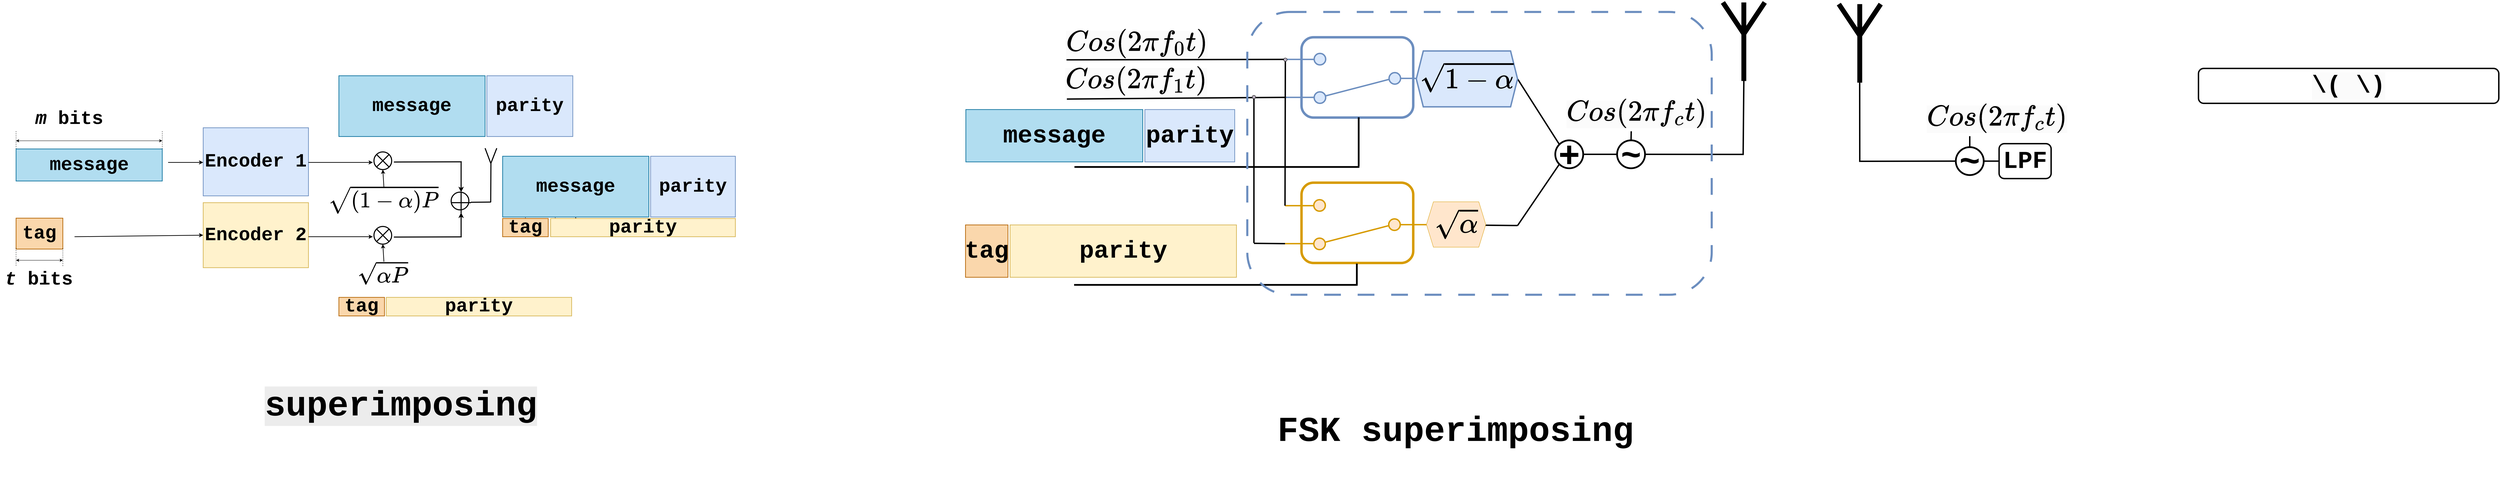
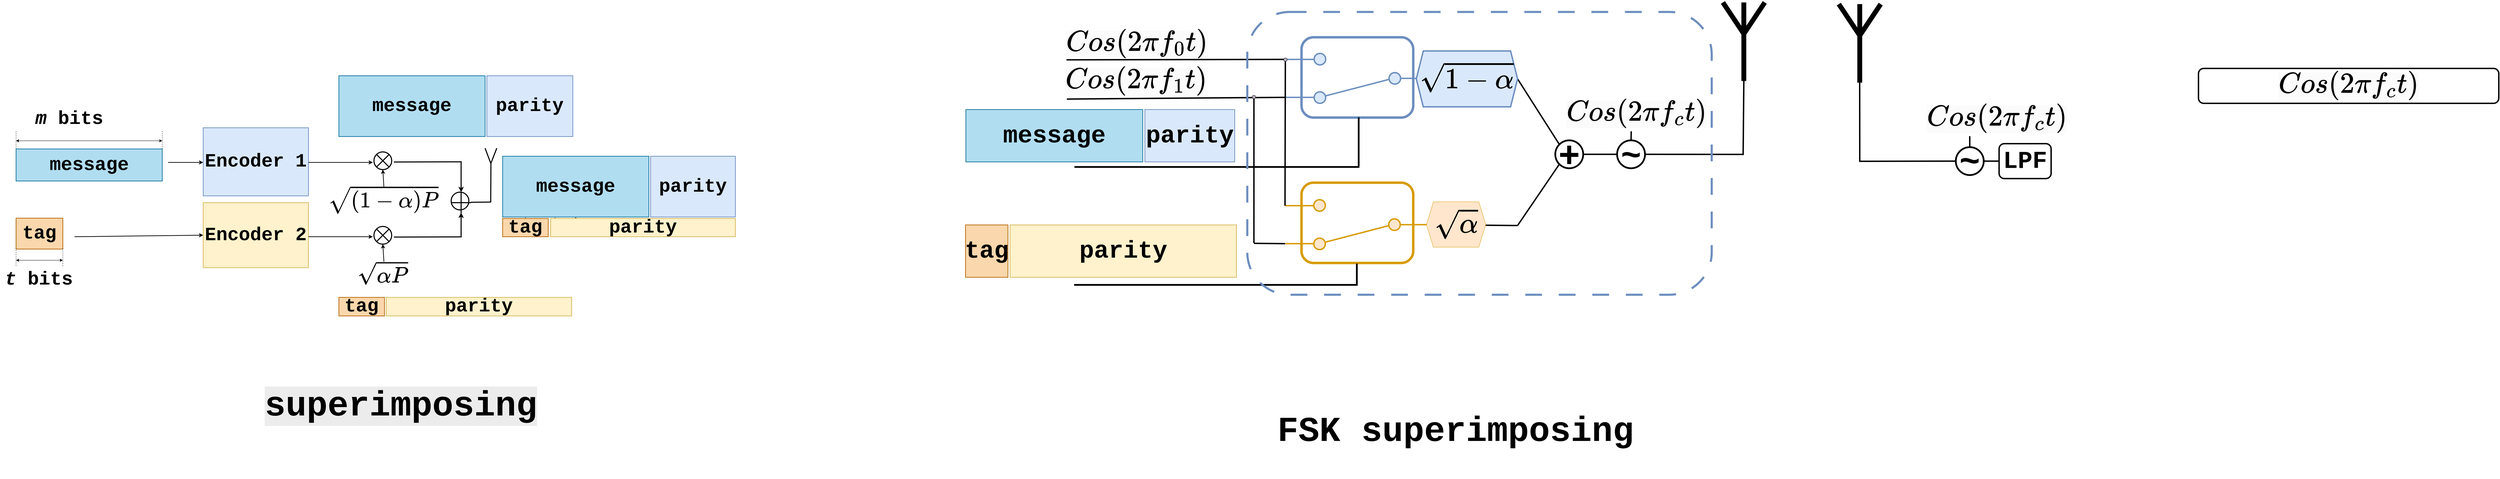
<mxfile host="app.diagrams.net" agent="Mozilla/5.0 (Macintosh; Intel Mac OS X 10_15_7) AppleWebKit/537.36 (KHTML, like Gecko) Chrome/138.0.0.0 Safari/537.36" version="28.0.7">
  <diagram name="Page-1" id="zZisbITU7JR-SXLs0ea7">
    <mxGraphModel dx="4040" dy="1790" grid="1" gridSize="10" guides="1" tooltips="1" connect="1" arrows="1" fold="1" page="1" pageScale="1" pageWidth="850" pageHeight="1100" math="1" shadow="0">
      <root>
        <mxCell id="0" />
        <mxCell id="1" parent="0" />
        <mxCell id="ryAXbrM_V8AHazh6317a-104" value="" style="html=1;shape=mxgraph.electrical.electro-mechanical.twoWaySwitch;aspect=fixed;elSwitchState=2;rotation=-180;strokeWidth=4;fontSize=70;fontStyle=1;fontFamily=Courier New;fillColor=#dae8fc;strokeColor=#6c8ebf;" vertex="1" parent="1">
          <mxGeometry x="3495" y="966" width="412.5" height="143" as="geometry" />
        </mxCell>
        <mxCell id="ryAXbrM_V8AHazh6317a-105" value="&lt;span style=&quot;color: rgb(0, 0, 0); font-style: normal; font-variant-ligatures: normal; font-variant-caps: normal; letter-spacing: normal; orphans: 2; text-align: center; text-indent: 0px; text-transform: none; widows: 2; word-spacing: 0px; -webkit-text-stroke-width: 0px; white-space: normal; background-color: rgb(251, 251, 251); text-decoration-thickness: initial; text-decoration-style: initial; text-decoration-color: initial; float: none; display: inline !important;&quot;&gt;&lt;font&gt;\( Cos(2\pi f_0 t) \)&lt;/font&gt;&lt;/span&gt;" style="text;whiteSpace=wrap;html=1;fontSize=70;fontStyle=1;fontFamily=Courier New;" vertex="1" parent="1">
          <mxGeometry x="2865" y="889" width="250" height="100" as="geometry" />
        </mxCell>
        <mxCell id="ryAXbrM_V8AHazh6317a-106" value="&lt;span style=&quot;color: rgb(0, 0, 0); font-style: normal; font-variant-ligatures: normal; font-variant-caps: normal; letter-spacing: normal; orphans: 2; text-align: center; text-indent: 0px; text-transform: none; widows: 2; word-spacing: 0px; -webkit-text-stroke-width: 0px; white-space: normal; background-color: rgb(251, 251, 251); text-decoration-thickness: initial; text-decoration-style: initial; text-decoration-color: initial; float: none; display: inline !important;&quot;&gt;&lt;font&gt;\( Cos(2\pi f_1 t) \)&lt;/font&gt;&lt;/span&gt;" style="text;whiteSpace=wrap;html=1;fontSize=70;fontStyle=1;fontFamily=Courier New;" vertex="1" parent="1">
          <mxGeometry x="2863" y="996" width="250" height="100" as="geometry" />
        </mxCell>
        <mxCell id="ryAXbrM_V8AHazh6317a-107" value="" style="rounded=1;whiteSpace=wrap;html=1;fillColor=none;strokeWidth=7;fontSize=70;fontStyle=1;fontFamily=Courier New;strokeColor=#6c8ebf;" vertex="1" parent="1">
          <mxGeometry x="3541.25" y="919.75" width="320" height="230" as="geometry" />
        </mxCell>
        <mxCell id="ryAXbrM_V8AHazh6317a-108" value="" style="html=1;shape=mxgraph.electrical.electro-mechanical.twoWaySwitch;aspect=fixed;elSwitchState=2;rotation=-180;strokeWidth=4;fontSize=70;fontStyle=1;fontFamily=Courier New;fillColor=#ffe6cc;strokeColor=#d79b00;" vertex="1" parent="1">
          <mxGeometry x="3494" y="1385" width="412.5" height="143" as="geometry" />
        </mxCell>
        <mxCell id="ryAXbrM_V8AHazh6317a-109" value="" style="rounded=1;whiteSpace=wrap;html=1;fillColor=none;strokeWidth=7;fontSize=70;fontStyle=1;fontFamily=Courier New;strokeColor=#d79b00;" vertex="1" parent="1">
          <mxGeometry x="3541.25" y="1336.25" width="320" height="230" as="geometry" />
        </mxCell>
        <mxCell id="ryAXbrM_V8AHazh6317a-110" value="" style="endArrow=none;html=1;rounded=0;entryX=1;entryY=0.88;entryDx=0;entryDy=0;strokeWidth=4;fontSize=70;fontStyle=1;exitX=0.013;exitY=0.954;exitDx=0;exitDy=0;exitPerimeter=0;fontFamily=Courier New;" edge="1" parent="1" source="ryAXbrM_V8AHazh6317a-105" target="ryAXbrM_V8AHazh6317a-104">
          <mxGeometry width="50" height="50" relative="1" as="geometry">
            <mxPoint x="3260" y="983" as="sourcePoint" />
            <mxPoint x="3460" y="1002.5" as="targetPoint" />
          </mxGeometry>
        </mxCell>
        <mxCell id="ryAXbrM_V8AHazh6317a-111" value="" style="endArrow=none;html=1;rounded=0;entryX=1;entryY=0.12;entryDx=0;entryDy=0;strokeWidth=4;fontSize=70;fontStyle=1;exitX=0.025;exitY=1.007;exitDx=0;exitDy=0;exitPerimeter=0;fontFamily=Courier New;" edge="1" parent="1" source="ryAXbrM_V8AHazh6317a-106" target="ryAXbrM_V8AHazh6317a-104">
          <mxGeometry width="50" height="50" relative="1" as="geometry">
            <mxPoint x="3260" y="1092" as="sourcePoint" />
            <mxPoint x="3495" y="1098.44" as="targetPoint" />
          </mxGeometry>
        </mxCell>
        <mxCell id="ryAXbrM_V8AHazh6317a-112" value="" style="endArrow=none;html=1;rounded=0;entryX=1;entryY=0.88;entryDx=0;entryDy=0;strokeWidth=4;exitX=1;exitY=0.88;exitDx=0;exitDy=0;fontSize=70;fontStyle=1;fontFamily=Courier New;" edge="1" parent="1" source="ryAXbrM_V8AHazh6317a-108" target="ryAXbrM_V8AHazh6317a-104">
          <mxGeometry width="50" height="50" relative="1" as="geometry">
            <mxPoint x="3465" y="1439" as="sourcePoint" />
            <mxPoint x="3605" y="1049" as="targetPoint" />
          </mxGeometry>
        </mxCell>
        <mxCell id="ryAXbrM_V8AHazh6317a-113" value="" style="endArrow=none;html=1;rounded=0;entryX=1;entryY=0.88;entryDx=0;entryDy=0;strokeWidth=4;fontSize=70;fontStyle=1;fontFamily=Courier New;" edge="1" parent="1">
          <mxGeometry width="50" height="50" relative="1" as="geometry">
            <mxPoint x="3405" y="1509" as="sourcePoint" />
            <mxPoint x="3405" y="1089" as="targetPoint" />
          </mxGeometry>
        </mxCell>
        <mxCell id="ryAXbrM_V8AHazh6317a-114" value="" style="endArrow=none;html=1;rounded=0;entryX=1;entryY=0.12;entryDx=0;entryDy=0;strokeWidth=4;fontSize=70;fontStyle=1;fontFamily=Courier New;" edge="1" parent="1" target="ryAXbrM_V8AHazh6317a-108">
          <mxGeometry width="50" height="50" relative="1" as="geometry">
            <mxPoint x="3405" y="1510" as="sourcePoint" />
            <mxPoint x="3575" y="1450" as="targetPoint" />
          </mxGeometry>
        </mxCell>
        <mxCell id="ryAXbrM_V8AHazh6317a-115" value="" style="ellipse;whiteSpace=wrap;html=1;aspect=fixed;fillColor=#B8AEBD;fontSize=70;fontStyle=1;fontFamily=Courier New;" vertex="1" parent="1">
          <mxGeometry x="3490" y="979" width="10" height="10" as="geometry" />
        </mxCell>
        <mxCell id="ryAXbrM_V8AHazh6317a-116" value="" style="ellipse;whiteSpace=wrap;html=1;aspect=fixed;fillColor=#B8AEBD;fontSize=70;fontStyle=1;fontFamily=Courier New;" vertex="1" parent="1">
          <mxGeometry x="3400" y="1086" width="10" height="10" as="geometry" />
        </mxCell>
        <mxCell id="ryAXbrM_V8AHazh6317a-117" value="" style="endArrow=none;html=1;rounded=0;strokeWidth=5;fontSize=70;fontStyle=1;fontFamily=Courier New;" edge="1" parent="1">
          <mxGeometry width="50" height="50" relative="1" as="geometry">
            <mxPoint x="3705" y="1289" as="sourcePoint" />
            <mxPoint x="3705" y="1149" as="targetPoint" />
          </mxGeometry>
        </mxCell>
        <mxCell id="ryAXbrM_V8AHazh6317a-118" value="" style="endArrow=none;html=1;rounded=0;exitX=0;exitY=0.5;exitDx=0;exitDy=0;strokeWidth=4;fontSize=70;fontStyle=1;fontFamily=Courier New;" edge="1" parent="1">
          <mxGeometry width="50" height="50" relative="1" as="geometry">
            <mxPoint x="3907.5" y="1037.5" as="sourcePoint" />
            <mxPoint x="4160" y="1039" as="targetPoint" />
          </mxGeometry>
        </mxCell>
        <mxCell id="ryAXbrM_V8AHazh6317a-119" value="" style="endArrow=none;html=1;rounded=0;exitX=0;exitY=0.5;exitDx=0;exitDy=0;strokeWidth=4;fontSize=70;fontStyle=1;fontFamily=Courier New;" edge="1" parent="1" source="ryAXbrM_V8AHazh6317a-108">
          <mxGeometry width="50" height="50" relative="1" as="geometry">
            <mxPoint x="3907.5" y="1456.05" as="sourcePoint" />
            <mxPoint x="4160" y="1459" as="targetPoint" />
          </mxGeometry>
        </mxCell>
        <mxCell id="ryAXbrM_V8AHazh6317a-120" value="" style="group;fontSize=70;fontStyle=1;fontFamily=Courier New;" vertex="1" connectable="0" parent="1">
          <mxGeometry x="4268" y="1215" width="80" height="80" as="geometry" />
        </mxCell>
        <mxCell id="ryAXbrM_V8AHazh6317a-121" value="" style="ellipse;whiteSpace=wrap;html=1;aspect=fixed;strokeWidth=5;fontSize=70;fontStyle=1;fontFamily=Courier New;" vertex="1" parent="ryAXbrM_V8AHazh6317a-120">
          <mxGeometry width="80" height="80" as="geometry" />
        </mxCell>
        <mxCell id="ryAXbrM_V8AHazh6317a-122" value="&lt;font style=&quot;font-size: 104px;&quot;&gt;+&lt;/font&gt;" style="text;html=1;align=center;verticalAlign=middle;whiteSpace=wrap;rounded=0;fontSize=70;fontStyle=1;fontFamily=Courier New;" vertex="1" parent="ryAXbrM_V8AHazh6317a-120">
          <mxGeometry x="10" y="25" width="60" height="45" as="geometry" />
        </mxCell>
        <mxCell id="ryAXbrM_V8AHazh6317a-123" value="" style="endArrow=none;html=1;rounded=0;exitX=0;exitY=0;exitDx=0;exitDy=0;strokeWidth=4;fontSize=70;fontStyle=1;fontFamily=Courier New;" edge="1" parent="1" source="ryAXbrM_V8AHazh6317a-121">
          <mxGeometry width="50" height="50" relative="1" as="geometry">
            <mxPoint x="4406" y="1229" as="sourcePoint" />
            <mxPoint x="4160" y="1039" as="targetPoint" />
          </mxGeometry>
        </mxCell>
        <mxCell id="ryAXbrM_V8AHazh6317a-124" value="" style="endArrow=none;html=1;rounded=0;entryX=0;entryY=1;entryDx=0;entryDy=0;strokeWidth=4;fontSize=70;fontStyle=1;fontFamily=Courier New;" edge="1" parent="1" target="ryAXbrM_V8AHazh6317a-121">
          <mxGeometry width="50" height="50" relative="1" as="geometry">
            <mxPoint x="4160" y="1459" as="sourcePoint" />
            <mxPoint x="4276" y="1319" as="targetPoint" />
          </mxGeometry>
        </mxCell>
        <mxCell id="ryAXbrM_V8AHazh6317a-125" value="&lt;span&gt;\( \sqrt{1- \alpha} \)&lt;/span&gt;" style="shape=hexagon;perimeter=hexagonPerimeter2;whiteSpace=wrap;html=1;fixedSize=1;fontSize=70;fontStyle=1;fontFamily=Courier New;strokeWidth=4;fillColor=#dae8fc;strokeColor=#6c8ebf;" vertex="1" parent="1">
          <mxGeometry x="3870" y="959" width="290" height="160" as="geometry" />
        </mxCell>
        <mxCell id="ryAXbrM_V8AHazh6317a-126" value="&lt;span&gt;\( \sqrt{\alpha} \)&lt;/span&gt;" style="shape=hexagon;perimeter=hexagonPerimeter2;whiteSpace=wrap;html=1;fixedSize=1;fontSize=70;fontStyle=1;fontFamily=Courier New;fillColor=#ffe6cc;strokeColor=#d79b00;" vertex="1" parent="1">
          <mxGeometry x="3899" y="1391" width="170" height="130" as="geometry" />
        </mxCell>
        <mxCell id="ryAXbrM_V8AHazh6317a-127" value="" style="endArrow=none;html=1;rounded=0;strokeWidth=4;fontSize=70;fontStyle=1;exitX=1;exitY=0.5;exitDx=0;exitDy=0;entryX=0;entryY=0.5;entryDx=0;entryDy=0;fontFamily=Courier New;" edge="1" parent="1" source="ryAXbrM_V8AHazh6317a-121" target="ryAXbrM_V8AHazh6317a-130">
          <mxGeometry width="50" height="50" relative="1" as="geometry">
            <mxPoint x="4243" y="1255" as="sourcePoint" />
            <mxPoint x="4392" y="1255" as="targetPoint" />
          </mxGeometry>
        </mxCell>
        <mxCell id="ryAXbrM_V8AHazh6317a-128" value="" style="endArrow=none;html=1;rounded=0;strokeWidth=5;fontSize=70;fontStyle=1;fontFamily=Courier New;" edge="1" parent="1">
          <mxGeometry width="50" height="50" relative="1" as="geometry">
            <mxPoint x="3699.7200000000003" y="1628" as="sourcePoint" />
            <mxPoint x="3699.7200000000003" y="1568" as="targetPoint" />
          </mxGeometry>
        </mxCell>
        <mxCell id="ryAXbrM_V8AHazh6317a-129" value="" style="group;fontSize=70;fontStyle=1;fontFamily=Courier New;" vertex="1" connectable="0" parent="1">
          <mxGeometry x="4445" y="1215" width="80" height="80" as="geometry" />
        </mxCell>
        <mxCell id="ryAXbrM_V8AHazh6317a-130" value="" style="ellipse;whiteSpace=wrap;html=1;aspect=fixed;strokeWidth=5;fontSize=70;fontStyle=1;fontFamily=Courier New;" vertex="1" parent="ryAXbrM_V8AHazh6317a-129">
          <mxGeometry width="80" height="80" as="geometry" />
        </mxCell>
        <mxCell id="ryAXbrM_V8AHazh6317a-131" value="&lt;font style=&quot;font-size: 98px;&quot;&gt;~&lt;/font&gt;" style="text;html=1;align=center;verticalAlign=middle;whiteSpace=wrap;rounded=0;fontSize=70;fontStyle=1;fontFamily=Courier New;" vertex="1" parent="ryAXbrM_V8AHazh6317a-129">
          <mxGeometry x="10" y="29" width="60" height="35" as="geometry" />
        </mxCell>
        <mxCell id="ryAXbrM_V8AHazh6317a-132" value="&lt;span style=&quot;color: rgb(0, 0, 0); font-style: normal; font-variant-ligatures: normal; font-variant-caps: normal; letter-spacing: normal; orphans: 2; text-align: center; text-indent: 0px; text-transform: none; widows: 2; word-spacing: 0px; -webkit-text-stroke-width: 0px; white-space: normal; background-color: rgb(251, 251, 251); text-decoration-thickness: initial; text-decoration-style: initial; text-decoration-color: initial; float: none; display: inline !important;&quot;&gt;&lt;font&gt;\( Cos(2\pi f_c t) \)&lt;/font&gt;&lt;/span&gt;" style="text;whiteSpace=wrap;html=1;fontSize=70;fontStyle=1;fontFamily=Courier New;" vertex="1" parent="1">
          <mxGeometry x="4298" y="1089" width="250" height="100" as="geometry" />
        </mxCell>
        <mxCell id="ryAXbrM_V8AHazh6317a-133" value="" style="endArrow=none;html=1;rounded=0;exitX=0.5;exitY=0;exitDx=0;exitDy=0;entryX=0.75;entryY=1;entryDx=0;entryDy=0;strokeWidth=4;fontSize=70;fontStyle=1;fontFamily=Courier New;" edge="1" parent="1" source="ryAXbrM_V8AHazh6317a-130" target="ryAXbrM_V8AHazh6317a-132">
          <mxGeometry width="50" height="50" relative="1" as="geometry">
            <mxPoint x="3905" y="1475" as="sourcePoint" />
            <mxPoint x="3955" y="1425" as="targetPoint" />
          </mxGeometry>
        </mxCell>
        <mxCell id="ryAXbrM_V8AHazh6317a-134" value="" style="endArrow=none;html=1;rounded=0;strokeWidth=4;fontSize=70;fontStyle=1;exitX=1;exitY=0.5;exitDx=0;exitDy=0;entryX=0.5;entryY=1;entryDx=0;entryDy=0;entryPerimeter=0;fontFamily=Courier New;" edge="1" parent="1" source="ryAXbrM_V8AHazh6317a-130" target="ryAXbrM_V8AHazh6317a-137">
          <mxGeometry width="50" height="50" relative="1" as="geometry">
            <mxPoint x="4522.919999999999" y="1252.6" as="sourcePoint" />
            <mxPoint x="4582.199999999999" y="1254.25" as="targetPoint" />
            <Array as="points">
              <mxPoint x="4806" y="1255.25" />
            </Array>
          </mxGeometry>
        </mxCell>
        <mxCell id="ryAXbrM_V8AHazh6317a-135" value="" style="endArrow=none;html=1;rounded=0;strokeWidth=5;fontSize=50;fontFamily=Courier New;" edge="1" parent="1">
          <mxGeometry width="50" height="50" relative="1" as="geometry">
            <mxPoint x="2891" y="1291.25" as="sourcePoint" />
            <mxPoint x="3707" y="1291.25" as="targetPoint" />
          </mxGeometry>
        </mxCell>
        <mxCell id="ryAXbrM_V8AHazh6317a-136" value="" style="endArrow=none;html=1;rounded=0;strokeWidth=5;fontSize=50;fontFamily=Courier New;" edge="1" parent="1">
          <mxGeometry width="50" height="50" relative="1" as="geometry">
            <mxPoint x="2890" y="1629" as="sourcePoint" />
            <mxPoint x="3702" y="1629" as="targetPoint" />
          </mxGeometry>
        </mxCell>
        <mxCell id="ryAXbrM_V8AHazh6317a-137" value="" style="verticalLabelPosition=bottom;shadow=0;dashed=0;align=center;html=1;verticalAlign=top;shape=mxgraph.electrical.radio.aerial_-_antenna_1;strokeWidth=14;fontSize=50;fontFamily=Courier New;" vertex="1" parent="1">
          <mxGeometry x="4748" y="820" width="120" height="225" as="geometry" />
        </mxCell>
        <mxCell id="ryAXbrM_V8AHazh6317a-138" value="&lt;font style=&quot;font-size: 100px;&quot;&gt;FSK superimposing&amp;nbsp;&lt;/font&gt;" style="text;html=1;align=center;verticalAlign=middle;whiteSpace=wrap;rounded=0;fontFamily=Courier New;fontStyle=1" vertex="1" parent="1">
          <mxGeometry x="3424" y="1914.37" width="1177" height="269.25" as="geometry" />
        </mxCell>
        <mxCell id="ryAXbrM_V8AHazh6317a-139" value="" style="group;fontSize=70;" vertex="1" connectable="0" parent="1">
          <mxGeometry x="2580" y="1126.75" width="770" height="154.07" as="geometry" />
        </mxCell>
        <mxCell id="ryAXbrM_V8AHazh6317a-140" value="" style="group" vertex="1" connectable="0" parent="ryAXbrM_V8AHazh6317a-139">
          <mxGeometry width="770" height="150" as="geometry" />
        </mxCell>
        <mxCell id="ryAXbrM_V8AHazh6317a-141" value="message" style="rounded=0;whiteSpace=wrap;html=1;fontFamily=Courier New;fontSize=70;strokeWidth=2;fontStyle=1;fillColor=#b1ddf0;strokeColor=#10739e;" vertex="1" parent="ryAXbrM_V8AHazh6317a-140">
          <mxGeometry width="506.578947368421" height="150" as="geometry" />
        </mxCell>
        <mxCell id="ryAXbrM_V8AHazh6317a-142" value="parity" style="rounded=0;whiteSpace=wrap;html=1;fontFamily=Courier New;fontSize=70;strokeWidth=2;strokeColor=#6c8ebf;fontStyle=1;fillColor=#dae8fc;" vertex="1" parent="ryAXbrM_V8AHazh6317a-140">
          <mxGeometry x="512.6578947368421" width="257.34210526315786" height="150" as="geometry" />
        </mxCell>
        <mxCell id="ryAXbrM_V8AHazh6317a-143" value="" style="group;fontSize=70;" vertex="1" connectable="0" parent="1">
          <mxGeometry x="2585" y="1457.25" width="770" height="150" as="geometry" />
        </mxCell>
        <mxCell id="ryAXbrM_V8AHazh6317a-144" value="&lt;span&gt;tag&lt;/span&gt;" style="rounded=0;whiteSpace=wrap;html=1;fontFamily=Courier New;fontSize=70;fillColor=#fad7ac;strokeColor=#b46504;strokeWidth=2;fontStyle=1;" vertex="1" parent="ryAXbrM_V8AHazh6317a-143">
          <mxGeometry x="-6" width="121.578947368421" height="150" as="geometry" />
        </mxCell>
        <mxCell id="ryAXbrM_V8AHazh6317a-145" value="parity" style="rounded=0;whiteSpace=wrap;html=1;fontFamily=Courier New;fontSize=70;strokeWidth=2;strokeColor=#d6b656;fontStyle=1;fillColor=#fff2cc;" vertex="1" parent="ryAXbrM_V8AHazh6317a-143">
          <mxGeometry x="121.578947368421" width="648.421052631579" height="150" as="geometry" />
        </mxCell>
        <mxCell id="ryAXbrM_V8AHazh6317a-146" value="" style="rounded=1;whiteSpace=wrap;html=1;fillColor=none;dashed=1;dashPattern=8 8;strokeWidth=6;strokeColor=#6c8ebf;fontSize=70;fontFamily=Courier New;" vertex="1" parent="1">
          <mxGeometry x="3386" y="847.25" width="1330" height="810" as="geometry" />
        </mxCell>
        <mxCell id="ryAXbrM_V8AHazh6317a-147" value="" style="group;fontSize=54;" vertex="1" connectable="0" parent="1">
          <mxGeometry x="-140" y="1030" width="2060" height="687.94" as="geometry" />
        </mxCell>
        <mxCell id="ryAXbrM_V8AHazh6317a-53" value="&lt;font&gt;Encoder 1&lt;/font&gt;" style="rounded=0;whiteSpace=wrap;html=1;strokeWidth=2;fontSize=54;fontStyle=1;fontFamily=Courier New;fillColor=#dae8fc;strokeColor=#6c8ebf;" vertex="1" parent="ryAXbrM_V8AHazh6317a-147">
          <mxGeometry x="535.9349593495934" y="148.95849873691805" width="301.4634146341463" height="195.0647007269165" as="geometry" />
        </mxCell>
        <mxCell id="ryAXbrM_V8AHazh6317a-54" value="&lt;font&gt;Encoder 2&lt;/font&gt;" style="rounded=0;whiteSpace=wrap;html=1;fontSize=54;fontStyle=1;strokeWidth=2;fontFamily=Courier New;fillColor=#fff2cc;strokeColor=#d6b656;" vertex="1" parent="ryAXbrM_V8AHazh6317a-147">
          <mxGeometry x="535.9349593495934" y="363.52966953652617" width="301.4634146341463" height="186.19812342114756" as="geometry" />
        </mxCell>
        <mxCell id="ryAXbrM_V8AHazh6317a-55" value="" style="endArrow=classic;html=1;rounded=0;strokeWidth=2;fontSize=54;fontStyle=1;fontFamily=Courier New;" edge="1" parent="ryAXbrM_V8AHazh6317a-147">
          <mxGeometry width="50" height="50" relative="1" as="geometry">
            <mxPoint x="837.3983739837397" y="248.2641645615301" as="sourcePoint" />
            <mxPoint x="1021.6260162601626" y="248.2641645615301" as="targetPoint" />
          </mxGeometry>
        </mxCell>
        <mxCell id="ryAXbrM_V8AHazh6317a-56" value="" style="ellipse;whiteSpace=wrap;html=1;aspect=fixed;strokeWidth=3;fontSize=54;fontStyle=1;fontFamily=Courier New;" vertex="1" parent="ryAXbrM_V8AHazh6317a-147">
          <mxGeometry x="1024.9756097560976" y="218.11780172191573" width="50.67496471748114" height="50.67496471748114" as="geometry" />
        </mxCell>
        <mxCell id="ryAXbrM_V8AHazh6317a-57" value="" style="endArrow=none;html=1;rounded=0;exitX=0;exitY=1;exitDx=0;exitDy=0;entryX=1;entryY=0;entryDx=0;entryDy=0;strokeWidth=3;fontSize=54;fontStyle=1;fontFamily=Courier New;" edge="1" parent="ryAXbrM_V8AHazh6317a-147" source="ryAXbrM_V8AHazh6317a-56" target="ryAXbrM_V8AHazh6317a-56">
          <mxGeometry width="50" height="50" relative="1" as="geometry">
            <mxPoint x="978.4832520325199" y="319.1967830076816" as="sourcePoint" />
            <mxPoint x="1062.2230894308939" y="230.53100994999224" as="targetPoint" />
          </mxGeometry>
        </mxCell>
        <mxCell id="ryAXbrM_V8AHazh6317a-58" value="" style="endArrow=none;html=1;rounded=0;exitX=1;exitY=1;exitDx=0;exitDy=0;entryX=0;entryY=0;entryDx=0;entryDy=0;strokeWidth=3;fontSize=54;fontStyle=1;fontFamily=Courier New;" edge="1" parent="ryAXbrM_V8AHazh6317a-147" source="ryAXbrM_V8AHazh6317a-56" target="ryAXbrM_V8AHazh6317a-56">
          <mxGeometry width="50" height="50" relative="1" as="geometry">
            <mxPoint x="1050.0975609756097" y="287.2771047069134" as="sourcePoint" />
            <mxPoint x="1090.2926829268292" y="244.71753363922252" as="targetPoint" />
          </mxGeometry>
        </mxCell>
        <mxCell id="ryAXbrM_V8AHazh6317a-59" value="" style="endArrow=classic;html=1;rounded=0;strokeWidth=2;entryX=0.5;entryY=1;entryDx=0;entryDy=0;fontSize=54;fontStyle=1;fontFamily=Courier New;" edge="1" parent="ryAXbrM_V8AHazh6317a-147" target="ryAXbrM_V8AHazh6317a-56">
          <mxGeometry width="50" height="50" relative="1" as="geometry">
            <mxPoint x="1053.4471544715448" y="319.1967830076816" as="sourcePoint" />
            <mxPoint x="1041.7235772357722" y="265.997319173068" as="targetPoint" />
          </mxGeometry>
        </mxCell>
        <mxCell id="ryAXbrM_V8AHazh6317a-60" value="" style="endArrow=classic;html=1;rounded=0;strokeWidth=2;fontSize=54;fontStyle=1;fontFamily=Courier New;" edge="1" parent="ryAXbrM_V8AHazh6317a-147">
          <mxGeometry width="50" height="50" relative="1" as="geometry">
            <mxPoint x="837.3983739837397" y="461.0620198999845" as="sourcePoint" />
            <mxPoint x="1021.6260162601626" y="461.0620198999845" as="targetPoint" />
          </mxGeometry>
        </mxCell>
        <mxCell id="ryAXbrM_V8AHazh6317a-61" value="" style="ellipse;whiteSpace=wrap;html=1;aspect=fixed;strokeWidth=3;fontSize=54;fontStyle=1;fontFamily=Courier New;" vertex="1" parent="ryAXbrM_V8AHazh6317a-147">
          <mxGeometry x="1024.9756097560976" y="431.6249832448316" width="50.67496471748114" height="50.67496471748114" as="geometry" />
        </mxCell>
        <mxCell id="ryAXbrM_V8AHazh6317a-62" value="" style="endArrow=none;html=1;rounded=0;exitX=0;exitY=1;exitDx=0;exitDy=0;entryX=1;entryY=0;entryDx=0;entryDy=0;strokeWidth=3;fontSize=54;fontStyle=1;fontFamily=Courier New;" edge="1" parent="ryAXbrM_V8AHazh6317a-147" source="ryAXbrM_V8AHazh6317a-61" target="ryAXbrM_V8AHazh6317a-61">
          <mxGeometry width="50" height="50" relative="1" as="geometry">
            <mxPoint x="978.4832520325199" y="532.7039645305974" as="sourcePoint" />
            <mxPoint x="1062.2230894308939" y="444.03819147290807" as="targetPoint" />
          </mxGeometry>
        </mxCell>
        <mxCell id="ryAXbrM_V8AHazh6317a-63" value="" style="endArrow=none;html=1;rounded=0;exitX=1;exitY=1;exitDx=0;exitDy=0;entryX=0;entryY=0;entryDx=0;entryDy=0;strokeWidth=3;fontSize=54;fontStyle=1;fontFamily=Courier New;" edge="1" parent="ryAXbrM_V8AHazh6317a-147" source="ryAXbrM_V8AHazh6317a-61" target="ryAXbrM_V8AHazh6317a-61">
          <mxGeometry width="50" height="50" relative="1" as="geometry">
            <mxPoint x="1050.0975609756097" y="500.78428622982926" as="sourcePoint" />
            <mxPoint x="1090.2926829268292" y="458.22471516213835" as="targetPoint" />
          </mxGeometry>
        </mxCell>
        <mxCell id="ryAXbrM_V8AHazh6317a-64" value="" style="endArrow=classic;html=1;rounded=0;strokeWidth=2;entryX=0.5;entryY=1;entryDx=0;entryDy=0;fontSize=54;fontStyle=1;fontFamily=Courier New;" edge="1" parent="ryAXbrM_V8AHazh6317a-147" target="ryAXbrM_V8AHazh6317a-61">
          <mxGeometry width="50" height="50" relative="1" as="geometry">
            <mxPoint x="1053.4471544715448" y="532.7039645305974" as="sourcePoint" />
            <mxPoint x="1041.7235772357722" y="479.50450069598384" as="targetPoint" />
          </mxGeometry>
        </mxCell>
        <mxCell id="ryAXbrM_V8AHazh6317a-65" value="" style="endArrow=none;html=1;rounded=0;strokeWidth=3;endFill=0;fontSize=54;fontStyle=1;fontFamily=Courier New;" edge="1" parent="ryAXbrM_V8AHazh6317a-147">
          <mxGeometry width="50" height="50" relative="1" as="geometry">
            <mxPoint x="1081.9186991869917" y="247.07604320255714" as="sourcePoint" />
            <mxPoint x="1276.1951219512196" y="246.4908491003763" as="targetPoint" />
          </mxGeometry>
        </mxCell>
        <mxCell id="ryAXbrM_V8AHazh6317a-66" value="" style="group;rotation=45;fontSize=54;fontStyle=1;fontFamily=Courier New;" vertex="1" connectable="0" parent="ryAXbrM_V8AHazh6317a-147">
          <mxGeometry x="1246.0487804878048" y="333.38330669691186" width="56.943089430894304" height="60.292725679228745" as="geometry" />
        </mxCell>
        <mxCell id="ryAXbrM_V8AHazh6317a-67" value="" style="ellipse;whiteSpace=wrap;html=1;aspect=fixed;strokeWidth=3;rotation=45;fontSize=54;fontStyle=1;fontFamily=Courier New;" vertex="1" parent="ryAXbrM_V8AHazh6317a-66">
          <mxGeometry width="50.67496471748114" height="50.67496471748114" as="geometry" />
        </mxCell>
        <mxCell id="ryAXbrM_V8AHazh6317a-68" value="" style="endArrow=none;html=1;rounded=0;exitX=0;exitY=1;exitDx=0;exitDy=0;entryX=1;entryY=0;entryDx=0;entryDy=0;strokeWidth=3;fontSize=54;fontStyle=1;fontFamily=Courier New;" edge="1" parent="ryAXbrM_V8AHazh6317a-66">
          <mxGeometry width="50" height="50" relative="1" as="geometry">
            <mxPoint x="-4.512535602637998e-11" y="30.146362839613563" as="sourcePoint" />
            <mxPoint x="56.94308943093829" y="30.146362839613563" as="targetPoint" />
          </mxGeometry>
        </mxCell>
        <mxCell id="ryAXbrM_V8AHazh6317a-69" value="" style="endArrow=none;html=1;rounded=0;exitX=1;exitY=1;exitDx=0;exitDy=0;entryX=0;entryY=0;entryDx=0;entryDy=0;strokeWidth=3;fontSize=54;fontStyle=1;fontFamily=Courier New;" edge="1" parent="ryAXbrM_V8AHazh6317a-66">
          <mxGeometry width="50" height="50" relative="1" as="geometry">
            <mxPoint x="28.4715447154462" y="60.29272567927551" as="sourcePoint" />
            <mxPoint x="28.4715447154462" y="-4.757821998649588e-11" as="targetPoint" />
          </mxGeometry>
        </mxCell>
        <mxCell id="ryAXbrM_V8AHazh6317a-70" value="" style="endArrow=classic;html=1;rounded=0;strokeWidth=3;endFill=1;fontSize=54;fontStyle=1;fontFamily=Courier New;" edge="1" parent="ryAXbrM_V8AHazh6317a-147">
          <mxGeometry width="50" height="50" relative="1" as="geometry">
            <mxPoint x="1274.5203252032518" y="244.71753363922252" as="sourcePoint" />
            <mxPoint x="1274.5203252032518" y="333.38330669691186" as="targetPoint" />
          </mxGeometry>
        </mxCell>
        <mxCell id="ryAXbrM_V8AHazh6317a-71" value="" style="endArrow=none;html=1;rounded=0;strokeWidth=3;endFill=0;startArrow=classic;startFill=1;fontSize=54;fontStyle=1;fontFamily=Courier New;" edge="1" parent="ryAXbrM_V8AHazh6317a-147">
          <mxGeometry width="50" height="50" relative="1" as="geometry">
            <mxPoint x="1274.5203252032518" y="391.9027169149868" as="sourcePoint" />
            <mxPoint x="1274.5203252032518" y="461.0620198999845" as="targetPoint" />
          </mxGeometry>
        </mxCell>
        <mxCell id="ryAXbrM_V8AHazh6317a-72" value="" style="endArrow=none;html=1;rounded=0;strokeWidth=3;endFill=0;fontSize=54;fontStyle=1;fontFamily=Courier New;" edge="1" parent="ryAXbrM_V8AHazh6317a-147">
          <mxGeometry width="50" height="50" relative="1" as="geometry">
            <mxPoint x="1081.9186991869917" y="462.0550765582307" as="sourcePoint" />
            <mxPoint x="1276.1951219512196" y="461.4698824560499" as="targetPoint" />
          </mxGeometry>
        </mxCell>
        <mxCell id="ryAXbrM_V8AHazh6317a-73" value="" style="endArrow=none;html=1;rounded=0;strokeWidth=3;endFill=0;fontSize=54;fontStyle=1;fontFamily=Courier New;" edge="1" parent="ryAXbrM_V8AHazh6317a-147">
          <mxGeometry width="50" height="50" relative="1" as="geometry">
            <mxPoint x="1302.3554471544712" y="362.34154817755325" as="sourcePoint" />
            <mxPoint x="1359.9349593495933" y="361.7563540753724" as="targetPoint" />
          </mxGeometry>
        </mxCell>
        <mxCell id="ryAXbrM_V8AHazh6317a-74" value="" style="endArrow=none;html=1;rounded=0;strokeWidth=3;endFill=0;fontSize=54;fontStyle=1;fontFamily=Courier New;" edge="1" parent="ryAXbrM_V8AHazh6317a-147">
          <mxGeometry width="50" height="50" relative="1" as="geometry">
            <mxPoint x="1359.2985365853656" y="362.1642166314378" as="sourcePoint" />
            <mxPoint x="1359.9349593495933" y="248.2641645615301" as="targetPoint" />
          </mxGeometry>
        </mxCell>
        <mxCell id="ryAXbrM_V8AHazh6317a-75" value="" style="endArrow=none;html=1;rounded=0;strokeWidth=3;endFill=0;fontSize=54;fontStyle=1;fontFamily=Courier New;" edge="1" parent="ryAXbrM_V8AHazh6317a-147">
          <mxGeometry width="50" height="50" relative="1" as="geometry">
            <mxPoint x="1359.9349593495933" y="250.4453425787493" as="sourcePoint" />
            <mxPoint x="1376.6829268292681" y="207.47790895499304" as="targetPoint" />
          </mxGeometry>
        </mxCell>
        <mxCell id="ryAXbrM_V8AHazh6317a-76" value="" style="endArrow=none;html=1;rounded=0;strokeWidth=3;endFill=0;fontSize=54;fontStyle=1;fontFamily=Courier New;" edge="1" parent="ryAXbrM_V8AHazh6317a-147">
          <mxGeometry width="50" height="50" relative="1" as="geometry">
            <mxPoint x="1359.2985365853656" y="250.4453425787493" as="sourcePoint" />
            <mxPoint x="1343.1869918699188" y="207.47790895499304" as="targetPoint" />
          </mxGeometry>
        </mxCell>
        <mxCell id="ryAXbrM_V8AHazh6317a-77" value="" style="endArrow=classic;html=1;rounded=0;strokeWidth=2;fontSize=54;fontStyle=1;fontFamily=Courier New;" edge="1" parent="ryAXbrM_V8AHazh6317a-147">
          <mxGeometry width="50" height="50" relative="1" as="geometry">
            <mxPoint x="435.44715447154465" y="248.2641645615301" as="sourcePoint" />
            <mxPoint x="535.9349593495934" y="248.2641645615301" as="targetPoint" />
          </mxGeometry>
        </mxCell>
        <mxCell id="ryAXbrM_V8AHazh6317a-78" value="" style="endArrow=classic;html=1;rounded=0;strokeWidth=2;fontSize=54;fontStyle=1;entryX=0;entryY=0.5;entryDx=0;entryDy=0;fontFamily=Courier New;" edge="1" parent="ryAXbrM_V8AHazh6317a-147" target="ryAXbrM_V8AHazh6317a-54">
          <mxGeometry width="50" height="50" relative="1" as="geometry">
            <mxPoint x="167.47967479674796" y="461.0620198999845" as="sourcePoint" />
            <mxPoint x="619.6747967479674" y="456.6287312471" as="targetPoint" />
          </mxGeometry>
        </mxCell>
        <mxCell id="ryAXbrM_V8AHazh6317a-80" value="&lt;font&gt;\(\sqrt{\alpha P}\)&lt;/font&gt;" style="text;html=1;align=center;verticalAlign=middle;resizable=0;points=[];autosize=1;strokeColor=none;fillColor=none;fontSize=54;fontStyle=1;fontFamily=Courier New;" vertex="1" parent="ryAXbrM_V8AHazh6317a-147">
          <mxGeometry x="730.3127642276422" y="530.0016084961594" width="640" height="80" as="geometry" />
        </mxCell>
        <mxCell id="ryAXbrM_V8AHazh6317a-81" value="" style="edgeStyle=orthogonalEdgeStyle;rounded=0;orthogonalLoop=1;jettySize=auto;html=1;fontSize=54;" edge="1" parent="ryAXbrM_V8AHazh6317a-147" source="ryAXbrM_V8AHazh6317a-82" target="ryAXbrM_V8AHazh6317a-97">
          <mxGeometry relative="1" as="geometry" />
        </mxCell>
        <mxCell id="ryAXbrM_V8AHazh6317a-82" value="&lt;span&gt;tag&lt;/span&gt;" style="rounded=0;whiteSpace=wrap;html=1;fontFamily=Courier New;fontSize=54;fillColor=#fad7ac;strokeColor=#b46504;strokeWidth=2;fontStyle=1;" vertex="1" parent="ryAXbrM_V8AHazh6317a-147">
          <mxGeometry x="1393.4308943089432" y="408.7492137959478" width="130.6341463414634" height="52.3128061040367" as="geometry" />
        </mxCell>
        <mxCell id="ryAXbrM_V8AHazh6317a-83" value="parity" style="rounded=0;whiteSpace=wrap;html=1;fontFamily=Courier New;fontSize=54;strokeWidth=2;strokeColor=#d6b656;fontStyle=1;fillColor=#fff2cc;" vertex="1" parent="ryAXbrM_V8AHazh6317a-147">
          <mxGeometry x="1530.7642276422764" y="408.7492137959478" width="529.2357723577236" height="52.3128061040367" as="geometry" />
        </mxCell>
        <mxCell id="ryAXbrM_V8AHazh6317a-84" value="" style="endArrow=none;html=1;rounded=0;dashed=1;fontSize=54;fontStyle=1;fontFamily=Courier New;" edge="1" parent="ryAXbrM_V8AHazh6317a-147">
          <mxGeometry width="50" height="50" relative="1" as="geometry">
            <mxPoint y="209.6590869722122" as="sourcePoint" />
            <mxPoint y="156.4596231375986" as="targetPoint" />
          </mxGeometry>
        </mxCell>
        <mxCell id="ryAXbrM_V8AHazh6317a-85" value="" style="endArrow=none;html=1;rounded=0;dashed=1;fontSize=54;fontStyle=1;fontFamily=Courier New;" edge="1" parent="ryAXbrM_V8AHazh6317a-147">
          <mxGeometry width="50" height="50" relative="1" as="geometry">
            <mxPoint x="418.69918699186985" y="209.6590869722122" as="sourcePoint" />
            <mxPoint x="418.69918699186985" y="156.4596231375986" as="targetPoint" />
          </mxGeometry>
        </mxCell>
        <mxCell id="ryAXbrM_V8AHazh6317a-86" value="" style="group;fontSize=54;fontStyle=1;fontFamily=Courier New;" vertex="1" connectable="0" parent="ryAXbrM_V8AHazh6317a-147">
          <mxGeometry x="125.29154471544706" y="103.26015930298502" width="234.47154471544715" height="106.39892766922718" as="geometry" />
        </mxCell>
        <mxCell id="ryAXbrM_V8AHazh6317a-87" value="&lt;font&gt;&lt;i&gt;m&lt;/i&gt; bits&lt;/font&gt;" style="text;html=1;align=center;verticalAlign=middle;resizable=0;points=[];autosize=1;strokeColor=none;fillColor=none;fontSize=54;fontStyle=1;fontFamily=Courier New;" vertex="1" parent="ryAXbrM_V8AHazh6317a-86">
          <mxGeometry x="-83.6178861788618" y="-18.866577305768935" width="220" height="80" as="geometry" />
        </mxCell>
        <mxCell id="ryAXbrM_V8AHazh6317a-88" value="message" style="rounded=0;whiteSpace=wrap;html=1;fontFamily=Courier New;fontSize=54;strokeWidth=2;fontStyle=1;fillColor=#b1ddf0;strokeColor=#10739e;" vertex="1" parent="ryAXbrM_V8AHazh6317a-147">
          <mxGeometry y="209.6590869722122" width="418.69918699186985" height="91.80454142393154" as="geometry" />
        </mxCell>
        <mxCell id="ryAXbrM_V8AHazh6317a-89" value="&lt;span&gt;tag&lt;/span&gt;" style="rounded=0;whiteSpace=wrap;html=1;fontFamily=Courier New;fontSize=54;fillColor=#fad7ac;strokeColor=#b46504;strokeWidth=2;fontStyle=1;" vertex="1" parent="ryAXbrM_V8AHazh6317a-147">
          <mxGeometry y="407.8625560653709" width="133.98373983739836" height="88.55937413002009" as="geometry" />
        </mxCell>
        <mxCell id="ryAXbrM_V8AHazh6317a-90" value="" style="endArrow=classic;startArrow=classic;html=1;rounded=0;fontSize=54;fontStyle=1;fontFamily=Courier New;" edge="1" parent="ryAXbrM_V8AHazh6317a-147">
          <mxGeometry width="50" height="50" relative="1" as="geometry">
            <mxPoint y="186.19812342114756" as="sourcePoint" />
            <mxPoint x="418.69918699186985" y="186.19812342114756" as="targetPoint" />
          </mxGeometry>
        </mxCell>
        <mxCell id="ryAXbrM_V8AHazh6317a-91" value="&lt;span&gt;tag&lt;/span&gt;" style="rounded=0;whiteSpace=wrap;html=1;fontFamily=Courier New;fontSize=54;fillColor=#fad7ac;strokeColor=#b46504;strokeWidth=2;fontStyle=1;" vertex="1" parent="ryAXbrM_V8AHazh6317a-147">
          <mxGeometry x="924.4878048780487" y="634.7405361653864" width="130.6341463414634" height="53.19946383461359" as="geometry" />
        </mxCell>
        <mxCell id="ryAXbrM_V8AHazh6317a-92" value="" style="endArrow=none;html=1;rounded=0;dashed=1;fontSize=54;fontStyle=1;fontFamily=Courier New;" edge="1" parent="ryAXbrM_V8AHazh6317a-147">
          <mxGeometry width="50" height="50" relative="1" as="geometry">
            <mxPoint y="544.0354503273701" as="sourcePoint" />
            <mxPoint y="490.8359864927565" as="targetPoint" />
          </mxGeometry>
        </mxCell>
        <mxCell id="ryAXbrM_V8AHazh6317a-93" value="" style="endArrow=none;html=1;rounded=0;dashed=1;fontSize=54;fontStyle=1;fontFamily=Courier New;" edge="1" parent="ryAXbrM_V8AHazh6317a-147">
          <mxGeometry width="50" height="50" relative="1" as="geometry">
            <mxPoint x="133.983739837398" y="545.117172758674" as="sourcePoint" />
            <mxPoint x="133.983739837398" y="491.9177089240603" as="targetPoint" />
          </mxGeometry>
        </mxCell>
        <mxCell id="ryAXbrM_V8AHazh6317a-94" value="" style="group;fontSize=54;fontStyle=1;fontFamily=Courier New;" vertex="1" connectable="0" parent="ryAXbrM_V8AHazh6317a-147">
          <mxGeometry x="50.24390243902438" y="568.3476052997886" width="222.74796747967477" height="101.26589832086042" as="geometry" />
        </mxCell>
        <mxCell id="ryAXbrM_V8AHazh6317a-95" value="" style="group;fontSize=54;fontStyle=1;fontFamily=Courier New;" vertex="1" connectable="0" parent="ryAXbrM_V8AHazh6317a-94">
          <mxGeometry x="-3.349593495934959" y="8.051810742536112" width="226.09756097560975" height="93.21408757832431" as="geometry" />
        </mxCell>
        <mxCell id="ryAXbrM_V8AHazh6317a-96" value="&lt;font&gt;&lt;i&gt;t&lt;/i&gt; bits&lt;/font&gt;" style="text;html=1;align=center;verticalAlign=middle;resizable=0;points=[];autosize=1;strokeColor=none;fillColor=none;fontSize=54;fontStyle=1;fontFamily=Courier New;" vertex="1" parent="ryAXbrM_V8AHazh6317a-95">
          <mxGeometry x="-91.99186991869918" y="-32.05141739667181" width="220" height="80" as="geometry" />
        </mxCell>
        <mxCell id="ryAXbrM_V8AHazh6317a-97" value="message" style="rounded=0;whiteSpace=wrap;html=1;fontFamily=Courier New;fontSize=54;strokeWidth=2;fontStyle=1;fillColor=#b1ddf0;strokeColor=#10739e;" vertex="1" parent="ryAXbrM_V8AHazh6317a-147">
          <mxGeometry x="1393.4308943089432" y="230.53100994999224" width="418.69918699186985" height="174.05091251224414" as="geometry" />
        </mxCell>
        <mxCell id="ryAXbrM_V8AHazh6317a-98" value="parity" style="rounded=0;whiteSpace=wrap;html=1;fontFamily=Courier New;fontSize=54;strokeWidth=2;strokeColor=#6c8ebf;fontStyle=1;fillColor=#dae8fc;" vertex="1" parent="ryAXbrM_V8AHazh6317a-147">
          <mxGeometry x="1817.1544715447153" y="230.53100994999224" width="242.84552845528452" height="174.05091251224414" as="geometry" />
        </mxCell>
        <mxCell id="ryAXbrM_V8AHazh6317a-99" value="parity" style="rounded=0;whiteSpace=wrap;html=1;fontFamily=Courier New;fontSize=54;strokeWidth=2;strokeColor=#d6b656;fontStyle=1;fillColor=#fff2cc;" vertex="1" parent="ryAXbrM_V8AHazh6317a-147">
          <mxGeometry x="1060.1463414634145" y="634.7405361653864" width="530.910569105691" height="53.19946383461359" as="geometry" />
        </mxCell>
        <mxCell id="ryAXbrM_V8AHazh6317a-100" value="message" style="rounded=0;whiteSpace=wrap;html=1;fontFamily=Courier New;fontSize=54;strokeWidth=2;fontStyle=1;fillColor=#b1ddf0;strokeColor=#10739e;" vertex="1" parent="ryAXbrM_V8AHazh6317a-147">
          <mxGeometry x="924.4878048780487" width="418.69918699186985" height="174.05091251224414" as="geometry" />
        </mxCell>
        <mxCell id="ryAXbrM_V8AHazh6317a-101" value="parity" style="rounded=0;whiteSpace=wrap;html=1;fontFamily=Courier New;fontSize=54;strokeWidth=2;strokeColor=#6c8ebf;fontStyle=1;fillColor=#dae8fc;" vertex="1" parent="ryAXbrM_V8AHazh6317a-147">
          <mxGeometry x="1348.211382113821" width="246.19512195121948" height="174.05091251224414" as="geometry" />
        </mxCell>
        <mxCell id="ryAXbrM_V8AHazh6317a-102" value="" style="endArrow=classic;startArrow=classic;html=1;rounded=0;fontSize=54;fontStyle=1;fontFamily=Courier New;" edge="1" parent="ryAXbrM_V8AHazh6317a-147">
          <mxGeometry width="50" height="50" relative="1" as="geometry">
            <mxPoint y="528.452320893869" as="sourcePoint" />
            <mxPoint x="133.98373983739836" y="528.4480074238284" as="targetPoint" />
          </mxGeometry>
        </mxCell>
        <mxCell id="ryAXbrM_V8AHazh6317a-103" value="&lt;span style=&quot;font-family: &amp;quot;Courier New&amp;quot;; font-weight: 700;&quot;&gt;&lt;svg style=&quot;vertical-align: -0.639ex;&quot; xmlns:xlink=&quot;http://www.w3.org/1999/xlink&quot; viewBox=&quot;0 -977.5 4911.4 1260&quot; role=&quot;img&quot; height=&quot;2.851ex&quot; width=&quot;11.112ex&quot; xmlns=&quot;http://www.w3.org/2000/svg&quot;&gt;&lt;defs&gt;&lt;path d=&quot;M263 249Q264 249 315 130T417 -108T470 -228L725 302Q981 837 982 839Q989 850 1001 850Q1008 850 1013 844T1020 832V826L741 243Q645 43 540 -176Q479 -303 469 -324T453 -348Q449 -350 436 -350L424 -349L315 -96Q206 156 205 156L171 130Q138 104 137 104L111 130L263 249Z&quot; id=&quot;MJX-3-TEX-SO-221A&quot;&gt;&lt;/path&gt;&lt;path d=&quot;M94 250Q94 319 104 381T127 488T164 576T202 643T244 695T277 729T302 750H315H319Q333 750 333 741Q333 738 316 720T275 667T226 581T184 443T167 250T184 58T225 -81T274 -167T316 -220T333 -241Q333 -250 318 -250H315H302L274 -226Q180 -141 137 -14T94 250Z&quot; id=&quot;MJX-3-TEX-N-28&quot;&gt;&lt;/path&gt;&lt;path d=&quot;M213 578L200 573Q186 568 160 563T102 556H83V602H102Q149 604 189 617T245 641T273 663Q275 666 285 666Q294 666 302 660V361L303 61Q310 54 315 52T339 48T401 46H427V0H416Q395 3 257 3Q121 3 100 0H88V46H114Q136 46 152 46T177 47T193 50T201 52T207 57T213 61V578Z&quot; id=&quot;MJX-3-TEX-N-31&quot;&gt;&lt;/path&gt;&lt;path d=&quot;M84 237T84 250T98 270H679Q694 262 694 250T679 230H98Q84 237 84 250Z&quot; id=&quot;MJX-3-TEX-N-2212&quot;&gt;&lt;/path&gt;&lt;path d=&quot;M34 156Q34 270 120 356T309 442Q379 442 421 402T478 304Q484 275 485 237V208Q534 282 560 374Q564 388 566 390T582 393Q603 393 603 385Q603 376 594 346T558 261T497 161L486 147L487 123Q489 67 495 47T514 26Q528 28 540 37T557 60Q559 67 562 68T577 70Q597 70 597 62Q597 56 591 43Q579 19 556 5T512 -10H505Q438 -10 414 62L411 69L400 61Q390 53 370 41T325 18T267 -2T203 -11Q124 -11 79 39T34 156ZM208 26Q257 26 306 47T379 90L403 112Q401 255 396 290Q382 405 304 405Q235 405 183 332Q156 292 139 224T121 120Q121 71 146 49T208 26Z&quot; id=&quot;MJX-3-TEX-I-1D6FC&quot;&gt;&lt;/path&gt;&lt;path d=&quot;M60 749L64 750Q69 750 74 750H86L114 726Q208 641 251 514T294 250Q294 182 284 119T261 12T224 -76T186 -143T145 -194T113 -227T90 -246Q87 -249 86 -250H74Q66 -250 63 -250T58 -247T55 -238Q56 -237 66 -225Q221 -64 221 250T66 725Q56 737 55 738Q55 746 60 749Z&quot; id=&quot;MJX-3-TEX-N-29&quot;&gt;&lt;/path&gt;&lt;path d=&quot;M287 628Q287 635 230 637Q206 637 199 638T192 648Q192 649 194 659Q200 679 203 681T397 683Q587 682 600 680Q664 669 707 631T751 530Q751 453 685 389Q616 321 507 303Q500 302 402 301H307L277 182Q247 66 247 59Q247 55 248 54T255 50T272 48T305 46H336Q342 37 342 35Q342 19 335 5Q330 0 319 0Q316 0 282 1T182 2Q120 2 87 2T51 1Q33 1 33 11Q33 13 36 25Q40 41 44 43T67 46Q94 46 127 49Q141 52 146 61Q149 65 218 339T287 628ZM645 554Q645 567 643 575T634 597T609 619T560 635Q553 636 480 637Q463 637 445 637T416 636T404 636Q391 635 386 627Q384 621 367 550T332 412T314 344Q314 342 395 342H407H430Q542 342 590 392Q617 419 631 471T645 554Z&quot; id=&quot;MJX-3-TEX-I-1D443&quot;&gt;&lt;/path&gt;&lt;/defs&gt;&lt;g transform=&quot;scale(1,-1)&quot; stroke-width=&quot;0&quot; fill=&quot;currentColor&quot; stroke=&quot;currentColor&quot;&gt;&lt;g data-mml-node=&quot;math&quot;&gt;&lt;g data-mml-node=&quot;msqrt&quot;&gt;&lt;g transform=&quot;translate(1020,0)&quot;&gt;&lt;g data-mml-node=&quot;mo&quot;&gt;&lt;use xlink:href=&quot;#MJX-3-TEX-N-28&quot; data-c=&quot;28&quot;&gt;&lt;/use&gt;&lt;/g&gt;&lt;g transform=&quot;translate(389,0)&quot; data-mml-node=&quot;mn&quot;&gt;&lt;use xlink:href=&quot;#MJX-3-TEX-N-31&quot; data-c=&quot;31&quot;&gt;&lt;/use&gt;&lt;/g&gt;&lt;g transform=&quot;translate(1111.2,0)&quot; data-mml-node=&quot;mo&quot;&gt;&lt;use xlink:href=&quot;#MJX-3-TEX-N-2212&quot; data-c=&quot;2212&quot;&gt;&lt;/use&gt;&lt;/g&gt;&lt;g transform=&quot;translate(2111.4,0)&quot; data-mml-node=&quot;mi&quot;&gt;&lt;use xlink:href=&quot;#MJX-3-TEX-I-1D6FC&quot; data-c=&quot;1D6FC&quot;&gt;&lt;/use&gt;&lt;/g&gt;&lt;g transform=&quot;translate(2751.4,0)&quot; data-mml-node=&quot;mo&quot;&gt;&lt;use xlink:href=&quot;#MJX-3-TEX-N-29&quot; data-c=&quot;29&quot;&gt;&lt;/use&gt;&lt;/g&gt;&lt;g transform=&quot;translate(3140.4,0)&quot; data-mml-node=&quot;mi&quot;&gt;&lt;use xlink:href=&quot;#MJX-3-TEX-I-1D443&quot; data-c=&quot;1D443&quot;&gt;&lt;/use&gt;&lt;/g&gt;&lt;/g&gt;&lt;g transform=&quot;translate(0,67.5)&quot; data-mml-node=&quot;mo&quot;&gt;&lt;use xlink:href=&quot;#MJX-3-TEX-SO-221A&quot; data-c=&quot;221A&quot;&gt;&lt;/use&gt;&lt;/g&gt;&lt;rect y=&quot;857.5&quot; x=&quot;1020&quot; height=&quot;60&quot; width=&quot;3891.4&quot;&gt;&lt;/rect&gt;&lt;/g&gt;&lt;/g&gt;&lt;/g&gt;&lt;/svg&gt;&lt;/span&gt;" style="text;html=1;align=center;verticalAlign=middle;resizable=0;points=[];autosize=1;strokeColor=none;fillColor=none;fontSize=54;" vertex="1" parent="ryAXbrM_V8AHazh6317a-147">
          <mxGeometry x="906.4183739837397" y="313.6769974738361" width="290" height="80" as="geometry" />
        </mxCell>
        <mxCell id="ryAXbrM_V8AHazh6317a-148" value="&lt;span style=&quot;color: rgb(0, 0, 0); font-family: &amp;quot;Courier New&amp;quot;; font-size: 100px; font-style: normal; font-variant-ligatures: normal; font-variant-caps: normal; font-weight: 700; letter-spacing: normal; orphans: 2; text-align: center; text-indent: 0px; text-transform: none; widows: 2; word-spacing: 0px; -webkit-text-stroke-width: 0px; white-space: normal; background-color: rgb(236, 236, 236); text-decoration-thickness: initial; text-decoration-style: initial; text-decoration-color: initial; display: inline !important; float: none;&quot;&gt;superimposing&lt;/span&gt;" style="text;whiteSpace=wrap;html=1;" vertex="1" parent="1">
          <mxGeometry x="570" y="1910" width="560" height="140" as="geometry" />
        </mxCell>
        <mxCell id="ryAXbrM_V8AHazh6317a-149" value="" style="endArrow=none;html=1;rounded=0;strokeWidth=4;fontSize=70;fontStyle=1;exitX=0.498;exitY=0.992;exitDx=0;exitDy=0;exitPerimeter=0;fontFamily=Courier New;entryX=0;entryY=0.5;entryDx=0;entryDy=0;" edge="1" parent="1" source="ryAXbrM_V8AHazh6317a-156" target="ryAXbrM_V8AHazh6317a-151">
          <mxGeometry width="50" height="50" relative="1" as="geometry">
            <mxPoint x="5199.75" y="1048" as="sourcePoint" />
            <mxPoint x="5375" y="1050.78" as="targetPoint" />
            <Array as="points">
              <mxPoint x="5140" y="1275" />
            </Array>
          </mxGeometry>
        </mxCell>
        <mxCell id="ryAXbrM_V8AHazh6317a-150" value="" style="group;fontSize=70;fontStyle=1;fontFamily=Courier New;" vertex="1" connectable="0" parent="1">
          <mxGeometry x="5415" y="1234.5" width="80" height="80" as="geometry" />
        </mxCell>
        <mxCell id="ryAXbrM_V8AHazh6317a-151" value="" style="ellipse;whiteSpace=wrap;html=1;aspect=fixed;strokeWidth=5;fontSize=70;fontStyle=1;fontFamily=Courier New;" vertex="1" parent="ryAXbrM_V8AHazh6317a-150">
          <mxGeometry width="80" height="80" as="geometry" />
        </mxCell>
        <mxCell id="ryAXbrM_V8AHazh6317a-152" value="&lt;font style=&quot;font-size: 100px;&quot;&gt;~&lt;/font&gt;" style="text;html=1;align=center;verticalAlign=middle;whiteSpace=wrap;rounded=0;fontSize=70;fontStyle=1;fontFamily=Courier New;" vertex="1" parent="ryAXbrM_V8AHazh6317a-150">
          <mxGeometry x="10" y="30.75" width="60" height="30" as="geometry" />
        </mxCell>
        <mxCell id="ryAXbrM_V8AHazh6317a-153" value="&lt;span style=&quot;color: rgb(0, 0, 0); font-style: normal; font-variant-ligatures: normal; font-variant-caps: normal; letter-spacing: normal; orphans: 2; text-align: center; text-indent: 0px; text-transform: none; widows: 2; word-spacing: 0px; -webkit-text-stroke-width: 0px; white-space: normal; background-color: rgb(251, 251, 251); text-decoration-thickness: initial; text-decoration-style: initial; text-decoration-color: initial; float: none; display: inline !important;&quot;&gt;&lt;font&gt;\( Cos(2\pi f_c t) \)&lt;/font&gt;&lt;/span&gt;" style="text;whiteSpace=wrap;html=1;fontSize=70;fontStyle=1;fontFamily=Courier New;" vertex="1" parent="1">
          <mxGeometry x="5330" y="1103" width="250" height="100" as="geometry" />
        </mxCell>
        <mxCell id="ryAXbrM_V8AHazh6317a-154" value="" style="endArrow=none;html=1;rounded=0;exitX=0.5;exitY=0;exitDx=0;exitDy=0;entryX=0.5;entryY=1;entryDx=0;entryDy=0;strokeWidth=4;fontSize=70;fontStyle=1;fontFamily=Courier New;" edge="1" parent="1" source="ryAXbrM_V8AHazh6317a-151" target="ryAXbrM_V8AHazh6317a-153">
          <mxGeometry width="50" height="50" relative="1" as="geometry">
            <mxPoint x="4875" y="1494.5" as="sourcePoint" />
            <mxPoint x="4925" y="1444.5" as="targetPoint" />
          </mxGeometry>
        </mxCell>
        <mxCell id="ryAXbrM_V8AHazh6317a-155" value="&lt;font&gt;LPF&lt;/font&gt;" style="rounded=1;whiteSpace=wrap;html=1;strokeWidth=4;fontSize=70;fontStyle=1;fontFamily=Courier New;" vertex="1" parent="1">
          <mxGeometry x="5539" y="1224.5" width="149" height="100" as="geometry" />
        </mxCell>
        <mxCell id="ryAXbrM_V8AHazh6317a-156" value="" style="verticalLabelPosition=bottom;shadow=0;dashed=0;align=center;html=1;verticalAlign=top;shape=mxgraph.electrical.radio.aerial_-_antenna_1;strokeWidth=14;fontSize=70;fontFamily=Courier New;fontStyle=1" vertex="1" parent="1">
          <mxGeometry x="5080" y="824.75" width="120" height="225" as="geometry" />
        </mxCell>
        <mxCell id="ryAXbrM_V8AHazh6317a-158" style="edgeStyle=orthogonalEdgeStyle;rounded=0;orthogonalLoop=1;jettySize=auto;html=1;exitX=1;exitY=0.5;exitDx=0;exitDy=0;entryX=0;entryY=0.5;entryDx=0;entryDy=0;endArrow=none;endFill=0;strokeWidth=4;" edge="1" parent="1" source="ryAXbrM_V8AHazh6317a-151" target="ryAXbrM_V8AHazh6317a-155">
          <mxGeometry relative="1" as="geometry" />
        </mxCell>
-         <mxCell id="ryAXbrM_V8AHazh6317a-160" value="&lt;span style=&quot;background-color: rgb(251, 251, 251);&quot;&gt;\( \&lt;/span&gt;&lt;span style=&quot;background-color: light-dark(rgb(251, 251, 251), rgb(21, 21, 21)); color: light-dark(rgb(0, 0, 0), rgb(255, 255, 255));&quot;&gt;)&lt;/span&gt;" style="rounded=1;whiteSpace=wrap;html=1;strokeWidth=4;fontSize=70;fontStyle=1;fontFamily=Courier New;" vertex="1" parent="1">
+         <mxCell id="ryAXbrM_V8AHazh6317a-160" value="&lt;span style=&quot;background-color: rgb(251, 251, 251);&quot;&gt;\( Cos(2\pi f_c t) \)&lt;/span&gt;" style="rounded=1;whiteSpace=wrap;html=1;strokeWidth=4;fontSize=70;fontStyle=1;fontFamily=Courier New;" vertex="1" parent="1">
          <mxGeometry x="6110" y="1009" width="860" height="100" as="geometry" />
        </mxCell>
      </root>
    </mxGraphModel>
  </diagram>
</mxfile>
